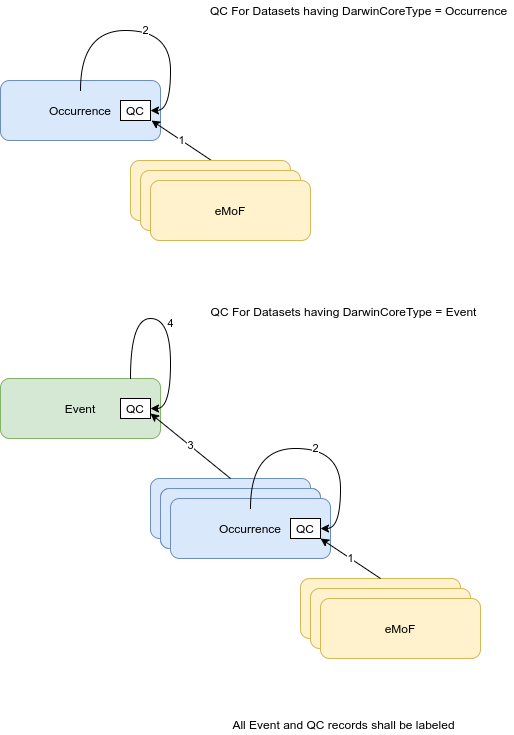
This is resources/EurobisQC.png from anfe67/EUROBIS-QC, a draw.io export, as it was before one commit. Source tidied: cells renumbered, new cells last; positions are measured from the earlier drawing's top-left corner, leaving out a move shared by most shapes. Its diagram source:
```xml
<mxGraphModel>
  <root>
    <mxCell id="0" />
    <mxCell id="1" parent="0" />
    <mxCell id="2" value="Occurrence" style="rounded=1;whiteSpace=wrap;html=1;fillColor=#dae8fc;strokeColor=#6c8ebf;" parent="1" vertex="1">
      <mxGeometry x="150" y="478" width="160" height="60" as="geometry" />
    </mxCell>
    <mxCell id="3" value="Occurrence" style="rounded=1;whiteSpace=wrap;html=1;fillColor=#dae8fc;strokeColor=#6c8ebf;" parent="1" vertex="1">
      <mxGeometry y="80" width="160" height="60" as="geometry" />
    </mxCell>
    <mxCell id="4" value="1" style="edgeStyle=none;rounded=0;orthogonalLoop=1;jettySize=auto;html=1;exitX=0.5;exitY=0;exitDx=0;exitDy=0;" parent="1" edge="1">
      <mxGeometry relative="1" as="geometry">
        <mxPoint x="211" y="160" as="sourcePoint" />
        <mxPoint x="151" y="120" as="targetPoint" />
      </mxGeometry>
    </mxCell>
    <mxCell id="5" value="eMoF" style="rounded=1;whiteSpace=wrap;html=1;fillColor=#fff2cc;strokeColor=#d6b656;" parent="1" vertex="1">
      <mxGeometry x="130" y="160" width="160" height="60" as="geometry" />
    </mxCell>
    <mxCell id="6" value="QC" style="rounded=0;whiteSpace=wrap;html=1;" parent="1" vertex="1">
      <mxGeometry x="120" y="100" width="30" height="20" as="geometry" />
    </mxCell>
    <mxCell id="7" style="edgeStyle=orthogonalEdgeStyle;curved=1;rounded=0;jettySize=auto;html=1;entryX=1;entryY=0.5;entryDx=0;entryDy=0;" parent="1" edge="1" target="6">
      <mxGeometry relative="1" as="geometry">
        <mxPoint x="80" y="90" as="sourcePoint" />
        <Array as="points">
          <mxPoint x="80" y="30" />
          <mxPoint x="170" y="30" />
          <mxPoint x="170" y="110" />
        </Array>
      </mxGeometry>
    </mxCell>
    <mxCell id="8" value="2" style="edgeLabel;html=1;align=center;verticalAlign=middle;" parent="7" vertex="1">
      <mxGeometry relative="1" as="geometry" />
    </mxCell>
    <mxCell id="9" value="eMoF" style="rounded=1;whiteSpace=wrap;html=1;fillColor=#fff2cc;strokeColor=#d6b656;" parent="1" vertex="1">
      <mxGeometry x="140" y="170" width="160" height="60" as="geometry" />
    </mxCell>
    <mxCell id="10" value="eMoF" style="rounded=1;whiteSpace=wrap;html=1;fillColor=#fff2cc;strokeColor=#d6b656;" parent="1" vertex="1">
      <mxGeometry x="150" y="180" width="160" height="60" as="geometry" />
    </mxCell>
    <mxCell id="11" value="QC For Datasets having DarwinCoreType = Occurrence" style="text;html=1;align=center;verticalAlign=middle;fillColor=none;strokeColor=none;rounded=0;" parent="1" vertex="1">
      <mxGeometry x="203" width="310" height="20" as="geometry" />
    </mxCell>
    <mxCell id="12" value="eMoF" style="rounded=1;whiteSpace=wrap;html=1;fillColor=#fff2cc;strokeColor=#d6b656;" parent="1" vertex="1">
      <mxGeometry x="300" y="578" width="160" height="60" as="geometry" />
    </mxCell>
    <mxCell id="13" value="eMoF" style="rounded=1;whiteSpace=wrap;html=1;fillColor=#fff2cc;strokeColor=#d6b656;" parent="1" vertex="1">
      <mxGeometry x="310" y="588" width="160" height="60" as="geometry" />
    </mxCell>
    <mxCell id="14" value="eMoF" style="rounded=1;whiteSpace=wrap;html=1;fillColor=#fff2cc;strokeColor=#d6b656;" parent="1" vertex="1">
      <mxGeometry x="320" y="598" width="160" height="60" as="geometry" />
    </mxCell>
    <mxCell id="15" value="QC For Datasets having DarwinCoreType = Event" style="text;html=1;align=center;verticalAlign=middle;fillColor=none;strokeColor=none;rounded=0;" parent="1" vertex="1">
      <mxGeometry x="203" y="301" width="280" height="20" as="geometry" />
    </mxCell>
    <mxCell id="16" value="Event" style="rounded=1;whiteSpace=wrap;html=1;fillColor=#d5e8d4;strokeColor=#82b366;" parent="1" vertex="1">
      <mxGeometry y="378" width="160" height="60" as="geometry" />
    </mxCell>
    <mxCell id="17" value="QC" style="rounded=0;whiteSpace=wrap;html=1;" parent="1" vertex="1">
      <mxGeometry x="120" y="398" width="30" height="20" as="geometry" />
    </mxCell>
    <mxCell id="18" value="Occurrence" style="rounded=1;whiteSpace=wrap;html=1;fillColor=#dae8fc;strokeColor=#6c8ebf;" parent="1" vertex="1">
      <mxGeometry x="160" y="488" width="160" height="60" as="geometry" />
    </mxCell>
    <mxCell id="19" value="Occurrence" style="rounded=1;whiteSpace=wrap;html=1;fillColor=#dae8fc;strokeColor=#6c8ebf;" parent="1" vertex="1">
      <mxGeometry x="160" y="488" width="160" height="60" as="geometry" />
    </mxCell>
    <mxCell id="20" value="Occurrence" style="rounded=1;whiteSpace=wrap;html=1;fillColor=#dae8fc;strokeColor=#6c8ebf;" parent="1" vertex="1">
      <mxGeometry x="170" y="498" width="160" height="60" as="geometry" />
    </mxCell>
    <mxCell id="21" style="edgeStyle=orthogonalEdgeStyle;curved=1;rounded=0;jettySize=auto;html=1;entryX=1;entryY=0.5;entryDx=0;entryDy=0;" parent="1" edge="1" target="23">
      <mxGeometry relative="1" as="geometry">
        <mxPoint x="250" y="508" as="sourcePoint" />
        <Array as="points">
          <mxPoint x="250" y="448" />
          <mxPoint x="340" y="448" />
          <mxPoint x="340" y="528" />
        </Array>
      </mxGeometry>
    </mxCell>
    <mxCell id="22" value="2" style="edgeLabel;html=1;align=center;verticalAlign=middle;" parent="21" vertex="1">
      <mxGeometry relative="1" as="geometry" />
    </mxCell>
    <mxCell id="23" value="QC" style="rounded=0;whiteSpace=wrap;html=1;" parent="1" vertex="1">
      <mxGeometry x="290" y="518" width="30" height="20" as="geometry" />
    </mxCell>
    <mxCell id="24" value="1" style="edgeStyle=none;rounded=0;jettySize=auto;html=1;exitX=0.5;exitY=0;exitDx=0;exitDy=0;" parent="1" edge="1" source="12" target="23">
      <mxGeometry relative="1" as="geometry" />
    </mxCell>
    <mxCell id="25" style="edgeStyle=orthogonalEdgeStyle;curved=1;rounded=0;orthogonalLoop=1;jettySize=auto;html=1;" parent="1" edge="1">
      <mxGeometry relative="1" as="geometry">
        <mxPoint x="130" y="378" as="sourcePoint" />
        <mxPoint x="150" y="408" as="targetPoint" />
        <Array as="points">
          <mxPoint x="130" y="318" />
          <mxPoint x="170" y="318" />
        </Array>
      </mxGeometry>
    </mxCell>
    <mxCell id="26" value="4" style="edgeLabel;html=1;align=center;verticalAlign=middle;" parent="25" vertex="1">
      <mxGeometry relative="1" as="geometry" />
    </mxCell>
    <mxCell id="27" value="3" style="edgeStyle=none;rounded=0;jettySize=auto;html=1;exitX=0.5;exitY=0;exitDx=0;exitDy=0;entryX=1;entryY=0.75;entryDx=0;entryDy=0;" parent="1" edge="1" source="2" target="17">
      <mxGeometry relative="1" as="geometry" />
    </mxCell>
    <mxCell id="28" value="All Event and QC records shall be labeled" style="text;html=1;align=center;verticalAlign=middle;fillColor=none;strokeColor=none;rounded=0;" parent="1" vertex="1">
      <mxGeometry x="223" y="714" width="240" height="20" as="geometry" />
    </mxCell>
  </root>
</mxGraphModel>
```
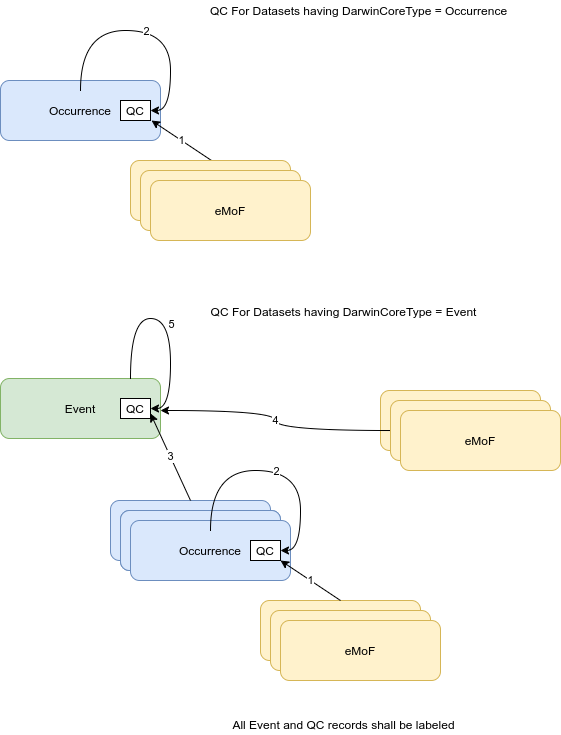
Above is the later version.

The edit, as a diff of the source:
```diff
@@ -3,7 +3,7 @@
     <mxCell id="0" />
     <mxCell id="1" parent="0" />
     <mxCell id="2" value="Occurrence" style="rounded=1;whiteSpace=wrap;html=1;fillColor=#dae8fc;strokeColor=#6c8ebf;" parent="1" vertex="1">
-      <mxGeometry x="150" y="478" width="160" height="60" as="geometry" />
+      <mxGeometry x="110" y="500" width="160" height="60" as="geometry" />
     </mxCell>
     <mxCell id="3" value="Occurrence" style="rounded=1;whiteSpace=wrap;html=1;fillColor=#dae8fc;strokeColor=#6c8ebf;" parent="1" vertex="1">
       <mxGeometry y="80" width="160" height="60" as="geometry" />
@@ -43,13 +43,13 @@
       <mxGeometry x="203" width="310" height="20" as="geometry" />
     </mxCell>
     <mxCell id="12" value="eMoF" style="rounded=1;whiteSpace=wrap;html=1;fillColor=#fff2cc;strokeColor=#d6b656;" parent="1" vertex="1">
-      <mxGeometry x="300" y="578" width="160" height="60" as="geometry" />
+      <mxGeometry x="260" y="600" width="160" height="60" as="geometry" />
     </mxCell>
     <mxCell id="13" value="eMoF" style="rounded=1;whiteSpace=wrap;html=1;fillColor=#fff2cc;strokeColor=#d6b656;" parent="1" vertex="1">
-      <mxGeometry x="310" y="588" width="160" height="60" as="geometry" />
+      <mxGeometry x="270" y="610" width="160" height="60" as="geometry" />
     </mxCell>
     <mxCell id="14" value="eMoF" style="rounded=1;whiteSpace=wrap;html=1;fillColor=#fff2cc;strokeColor=#d6b656;" parent="1" vertex="1">
-      <mxGeometry x="320" y="598" width="160" height="60" as="geometry" />
+      <mxGeometry x="280" y="620" width="160" height="60" as="geometry" />
     </mxCell>
     <mxCell id="15" value="QC For Datasets having DarwinCoreType = Event" style="text;html=1;align=center;verticalAlign=middle;fillColor=none;strokeColor=none;rounded=0;" parent="1" vertex="1">
       <mxGeometry x="203" y="301" width="280" height="20" as="geometry" />
@@ -61,21 +61,21 @@
       <mxGeometry x="120" y="398" width="30" height="20" as="geometry" />
     </mxCell>
     <mxCell id="18" value="Occurrence" style="rounded=1;whiteSpace=wrap;html=1;fillColor=#dae8fc;strokeColor=#6c8ebf;" parent="1" vertex="1">
-      <mxGeometry x="160" y="488" width="160" height="60" as="geometry" />
+      <mxGeometry x="120" y="510" width="160" height="60" as="geometry" />
     </mxCell>
     <mxCell id="19" value="Occurrence" style="rounded=1;whiteSpace=wrap;html=1;fillColor=#dae8fc;strokeColor=#6c8ebf;" parent="1" vertex="1">
-      <mxGeometry x="160" y="488" width="160" height="60" as="geometry" />
+      <mxGeometry x="120" y="510" width="160" height="60" as="geometry" />
     </mxCell>
     <mxCell id="20" value="Occurrence" style="rounded=1;whiteSpace=wrap;html=1;fillColor=#dae8fc;strokeColor=#6c8ebf;" parent="1" vertex="1">
-      <mxGeometry x="170" y="498" width="160" height="60" as="geometry" />
+      <mxGeometry x="130" y="520" width="160" height="60" as="geometry" />
     </mxCell>
     <mxCell id="21" style="edgeStyle=orthogonalEdgeStyle;curved=1;rounded=0;jettySize=auto;html=1;entryX=1;entryY=0.5;entryDx=0;entryDy=0;" parent="1" edge="1" target="23">
       <mxGeometry relative="1" as="geometry">
-        <mxPoint x="250" y="508" as="sourcePoint" />
+        <mxPoint x="210" y="530" as="sourcePoint" />
         <Array as="points">
-          <mxPoint x="250" y="448" />
-          <mxPoint x="340" y="448" />
-          <mxPoint x="340" y="528" />
+          <mxPoint x="210" y="470" />
+          <mxPoint x="300" y="470" />
+          <mxPoint x="300" y="550" />
         </Array>
       </mxGeometry>
     </mxCell>
@@ -83,7 +83,7 @@
       <mxGeometry relative="1" as="geometry" />
     </mxCell>
     <mxCell id="23" value="QC" style="rounded=0;whiteSpace=wrap;html=1;" parent="1" vertex="1">
-      <mxGeometry x="290" y="518" width="30" height="20" as="geometry" />
+      <mxGeometry x="250" y="540" width="30" height="20" as="geometry" />
     </mxCell>
     <mxCell id="24" value="1" style="edgeStyle=none;rounded=0;jettySize=auto;html=1;exitX=0.5;exitY=0;exitDx=0;exitDy=0;" parent="1" edge="1" source="12" target="23">
       <mxGeometry relative="1" as="geometry" />
@@ -98,7 +98,7 @@
         </Array>
       </mxGeometry>
     </mxCell>
-    <mxCell id="26" value="4" style="edgeLabel;html=1;align=center;verticalAlign=middle;" parent="25" vertex="1">
+    <mxCell id="26" value="5" style="edgeLabel;html=1;align=center;verticalAlign=middle;" parent="25" vertex="1">
       <mxGeometry relative="1" as="geometry" />
     </mxCell>
     <mxCell id="27" value="3" style="edgeStyle=none;rounded=0;jettySize=auto;html=1;exitX=0.5;exitY=0;exitDx=0;exitDy=0;entryX=1;entryY=0.75;entryDx=0;entryDy=0;" parent="1" edge="1" source="2" target="17">
@@ -107,5 +107,19 @@
     <mxCell id="28" value="All Event and QC records shall be labeled" style="text;html=1;align=center;verticalAlign=middle;fillColor=none;strokeColor=none;rounded=0;" parent="1" vertex="1">
       <mxGeometry x="223" y="714" width="240" height="20" as="geometry" />
     </mxCell>
+    <mxCell id="29" value="eMoF" style="rounded=1;whiteSpace=wrap;html=1;fillColor=#fff2cc;strokeColor=#d6b656;" parent="1" vertex="1">
+      <mxGeometry x="380" y="390" width="160" height="60" as="geometry" />
+    </mxCell>
+    <mxCell id="30" value="4" style="edgeStyle=orthogonalEdgeStyle;curved=1;rounded=0;jettySize=auto;html=1;" parent="1" edge="1" source="31">
+      <mxGeometry relative="1" as="geometry">
+        <mxPoint x="160" y="410" as="targetPoint" />
+      </mxGeometry>
+    </mxCell>
+    <mxCell id="31" value="eMoF" style="rounded=1;whiteSpace=wrap;html=1;fillColor=#fff2cc;strokeColor=#d6b656;" parent="1" vertex="1">
+      <mxGeometry x="390" y="400" width="160" height="60" as="geometry" />
+    </mxCell>
+    <mxCell id="32" value="eMoF" style="rounded=1;whiteSpace=wrap;html=1;fillColor=#fff2cc;strokeColor=#d6b656;" parent="1" vertex="1">
+      <mxGeometry x="400" y="410" width="160" height="60" as="geometry" />
+    </mxCell>
   </root>
 </mxGraphModel>
```
